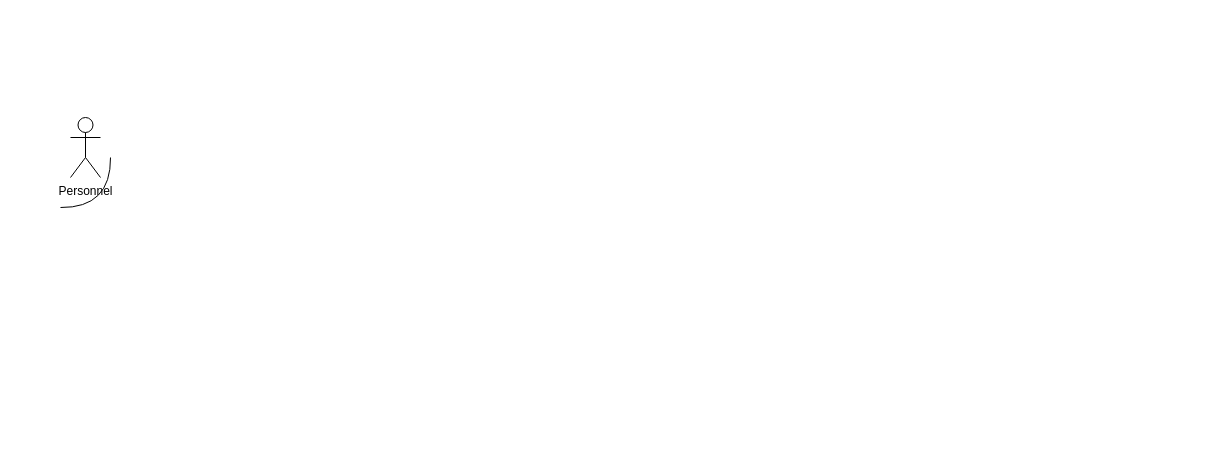
Earlier version of the draw.io diagram Communication/c1.drawio (IsmailSalehCode/UML-course-work). Source tidied: cells renumbered, new cells numbered last; positions are measured from the earlier drawing's top-left corner, leaving out a move shared by most shapes. Both pictures are drawn from the tidied source at 100%, with x=0, y=0 at pixel (60, 117).
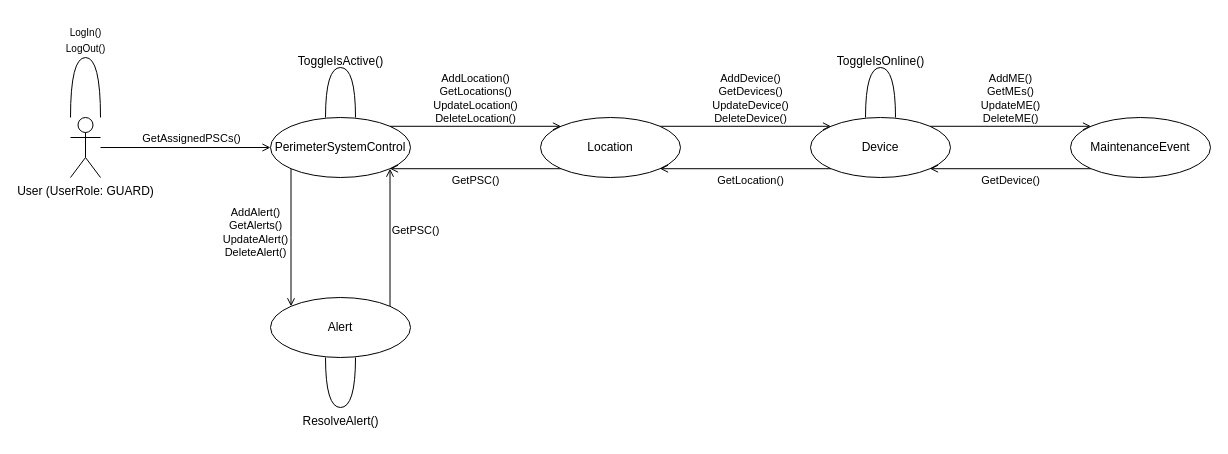
The same diagram, later.

Change to the diagram source:
```diff
@@
+    <mxCell id="4" style="edgeStyle=orthogonalEdgeStyle;rounded=0;jettySize=auto;html=1;entryX=0;entryY=0.5;entryDx=0;entryDy=0;endArrow=open;endFill=0;" parent="1" edge="1" source="2" target="10">
+      <mxGeometry relative="1" as="geometry" />
+    </mxCell>
+    <mxCell id="5" value="GetAssignedPSCs()" style="edgeLabel;html=1;align=center;verticalAlign=middle;" parent="4" vertex="1">
+      <mxGeometry x="0.06" relative="1" as="geometry">
+        <mxPoint y="-10" as="offset" />
+      </mxGeometry>
+    </mxCell>
-    <mxCell id="2" value="Personnel" style="shape=umlActor;verticalLabelPosition=bottom;verticalAlign=top;html=1;outlineConnect=0;" parent="1" vertex="1">
+    <mxCell id="2" value="User (UserRole: GUARD)" style="shape=umlActor;verticalLabelPosition=bottom;verticalAlign=top;html=1;outlineConnect=0;" parent="1" vertex="1">
       <mxGeometry x="10" width="30" height="60" as="geometry" />
     </mxCell>
-    <mxCell id="3" style="endArrow=none;html=1;rounded=0;edgeStyle=orthogonalEdgeStyle;curved=1;" parent="1" edge="1">
-      <mxGeometry relative="1" as="geometry">
-        <mxPoint y="90" as="sourcePoint" />
-        <mxPoint x="50" y="40" as="targetPoint" />
-      </mxGeometry>
-    </mxCell>
+    <mxCell id="6" style="endArrow=none;html=1;rounded=0;edgeStyle=orthogonalEdgeStyle;curved=1;" parent="1" edge="1">
+      <mxGeometry relative="1" as="geometry">
+        <mxPoint x="40" as="sourcePoint" />
+        <mxPoint x="10" as="targetPoint" />
+        <Array as="points">
+          <mxPoint x="40" y="-60" />
+          <mxPoint x="10" y="-60" />
+        </Array>
+      </mxGeometry>
+    </mxCell>
+    <mxCell id="7" value="LogIn()" style="text;html=1;align=center;verticalAlign=middle;strokeColor=none;fillColor=none;fontSize=10;" parent="1" vertex="1">
+      <mxGeometry x="-5" y="-100" width="60" height="30" as="geometry" />
+    </mxCell>
+    <mxCell id="8" value="LogOut()" style="text;html=1;align=center;verticalAlign=bottom;strokeColor=none;fillColor=none;fontSize=10;" parent="1" vertex="1">
+      <mxGeometry x="-5" y="-90" width="60" height="30" as="geometry" />
+    </mxCell>
+    <mxCell id="9" style="edgeStyle=orthogonalEdgeStyle;rounded=0;jettySize=auto;html=1;entryX=0;entryY=0;entryDx=0;entryDy=0;endArrow=open;endFill=0;exitX=0;exitY=1;exitDx=0;exitDy=0;" parent="1" edge="1" source="10" target="27">
+      <mxGeometry relative="1" as="geometry">
+        <Array as="points">
+          <mxPoint x="231" y="120" />
+          <mxPoint x="231" y="120" />
+        </Array>
+      </mxGeometry>
+    </mxCell>
+    <mxCell id="10" value="PerimeterSystemControl" style="ellipse;whiteSpace=wrap;html=1;" parent="1" vertex="1">
+      <mxGeometry x="210" width="140" height="60" as="geometry" />
+    </mxCell>
+    <mxCell id="11" style="edgeStyle=orthogonalEdgeStyle;rounded=0;jettySize=auto;html=1;exitX=1;exitY=0;exitDx=0;exitDy=0;endArrow=open;endFill=0;entryX=0;entryY=0;entryDx=0;entryDy=0;" parent="1" edge="1" source="13" target="16">
+      <mxGeometry relative="1" as="geometry" />
+    </mxCell>
+    <mxCell id="12" style="edgeStyle=orthogonalEdgeStyle;rounded=0;jettySize=auto;html=1;exitX=0;exitY=1;exitDx=0;exitDy=0;entryX=1;entryY=1;entryDx=0;entryDy=0;endArrow=open;endFill=0;" parent="1" edge="1" source="13" target="10">
+      <mxGeometry relative="1" as="geometry" />
+    </mxCell>
+    <mxCell id="13" value="Location" style="ellipse;whiteSpace=wrap;html=1;" parent="1" vertex="1">
+      <mxGeometry x="480" width="140" height="60" as="geometry" />
+    </mxCell>
+    <mxCell id="14" style="edgeStyle=orthogonalEdgeStyle;rounded=0;jettySize=auto;html=1;entryX=0;entryY=0;entryDx=0;entryDy=0;endArrow=open;endFill=0;exitX=1;exitY=0;exitDx=0;exitDy=0;" parent="1" edge="1" source="16" target="20">
+      <mxGeometry relative="1" as="geometry" />
+    </mxCell>
+    <mxCell id="15" style="edgeStyle=orthogonalEdgeStyle;rounded=0;jettySize=auto;html=1;exitX=0;exitY=1;exitDx=0;exitDy=0;entryX=1;entryY=1;entryDx=0;entryDy=0;endArrow=open;endFill=0;" parent="1" edge="1" source="16" target="13">
+      <mxGeometry relative="1" as="geometry" />
+    </mxCell>
+    <mxCell id="16" value="Device" style="ellipse;whiteSpace=wrap;html=1;" parent="1" vertex="1">
+      <mxGeometry x="750" width="140" height="60" as="geometry" />
+    </mxCell>
+    <mxCell id="17" value="AddDevice()&lt;div&gt;GetDevices()&lt;/div&gt;&lt;div&gt;UpdateDevice()&lt;/div&gt;&lt;div&gt;DeleteDevice()&lt;/div&gt;" style="text;html=1;align=center;verticalAlign=bottom;strokeColor=none;fillColor=none;fontSize=11;" parent="1" vertex="1">
+      <mxGeometry x="640" y="-60" width="100" height="70" as="geometry" />
+    </mxCell>
+    <mxCell id="18" value="AddLocation()&lt;div&gt;GetLocations()&lt;/div&gt;&lt;div&gt;UpdateLocation()&lt;/div&gt;&lt;div&gt;DeleteLocation()&lt;/div&gt;" style="text;html=1;align=center;verticalAlign=bottom;strokeColor=none;fillColor=none;fontSize=11;" parent="1" vertex="1">
+      <mxGeometry x="360" y="-60" width="110" height="70" as="geometry" />
+    </mxCell>
+    <mxCell id="19" style="edgeStyle=orthogonalEdgeStyle;rounded=0;jettySize=auto;html=1;exitX=0;exitY=1;exitDx=0;exitDy=0;entryX=1;entryY=1;entryDx=0;entryDy=0;endArrow=open;endFill=0;" parent="1" edge="1" source="20" target="16">
+      <mxGeometry relative="1" as="geometry" />
+    </mxCell>
+    <mxCell id="20" value="MaintenanceEvent" style="ellipse;whiteSpace=wrap;html=1;" parent="1" vertex="1">
+      <mxGeometry x="1010" width="140" height="60" as="geometry" />
+    </mxCell>
+    <mxCell id="21" value="AddME()&lt;div&gt;GetMEs()&lt;/div&gt;&lt;div&gt;UpdateME()&lt;/div&gt;&lt;div&gt;DeleteME()&lt;/div&gt;" style="text;html=1;align=center;verticalAlign=bottom;strokeColor=none;fillColor=none;fontSize=11;" parent="1" vertex="1">
+      <mxGeometry x="910" y="-60" width="80" height="70" as="geometry" />
+    </mxCell>
+    <mxCell id="22" style="endArrow=none;html=1;rounded=0;edgeStyle=orthogonalEdgeStyle;curved=1;" parent="1" edge="1">
+      <mxGeometry relative="1" as="geometry">
+        <mxPoint x="835" as="sourcePoint" />
+        <mxPoint x="805" as="targetPoint" />
+        <Array as="points">
+          <mxPoint x="835" y="-50" />
+          <mxPoint x="805" y="-50" />
+        </Array>
+      </mxGeometry>
+    </mxCell>
+    <mxCell id="23" value="ToggleIsOnline()" style="text;html=1;align=center;verticalAlign=top;strokeColor=none;fillColor=none;" parent="1" vertex="1">
+      <mxGeometry x="765" y="-70" width="110" height="30" as="geometry" />
+    </mxCell>
+    <mxCell id="24" style="endArrow=none;html=1;rounded=0;edgeStyle=orthogonalEdgeStyle;curved=1;" parent="1" edge="1">
+      <mxGeometry relative="1" as="geometry">
+        <mxPoint x="295" as="sourcePoint" />
+        <mxPoint x="265" as="targetPoint" />
+        <Array as="points">
+          <mxPoint x="295" y="-50" />
+          <mxPoint x="265" y="-50" />
+        </Array>
+      </mxGeometry>
+    </mxCell>
+    <mxCell id="25" value="ToggleIsActive()" style="text;html=1;align=center;verticalAlign=top;strokeColor=none;fillColor=none;" parent="1" vertex="1">
+      <mxGeometry x="225" y="-70" width="110" height="30" as="geometry" />
+    </mxCell>
+    <mxCell id="26" style="edgeStyle=orthogonalEdgeStyle;rounded=0;jettySize=auto;html=1;exitX=1;exitY=0;exitDx=0;exitDy=0;entryX=1;entryY=1;entryDx=0;entryDy=0;endArrow=open;endFill=0;" parent="1" edge="1" source="27" target="10">
+      <mxGeometry relative="1" as="geometry" />
+    </mxCell>
+    <mxCell id="27" value="Alert" style="ellipse;whiteSpace=wrap;html=1;" parent="1" vertex="1">
+      <mxGeometry x="210" y="180" width="140" height="60" as="geometry" />
+    </mxCell>
+    <mxCell id="28" value="AddAlert()&lt;div&gt;GetAlerts()&lt;/div&gt;&lt;div&gt;UpdateAlert()&lt;/div&gt;&lt;div&gt;DeleteAlert()&lt;/div&gt;" style="text;html=1;align=center;verticalAlign=middle;strokeColor=none;fillColor=none;fontSize=11;" parent="1" vertex="1">
+      <mxGeometry x="150" y="80" width="90" height="70" as="geometry" />
+    </mxCell>
+    <mxCell id="29" value="ResolveAlert()" style="text;html=1;align=center;verticalAlign=top;strokeColor=none;fillColor=none;" parent="1" vertex="1">
+      <mxGeometry x="230" y="290" width="100" height="30" as="geometry" />
+    </mxCell>
+    <mxCell id="30" style="edgeStyle=orthogonalEdgeStyle;rounded=0;jettySize=auto;html=1;entryX=0;entryY=0;entryDx=0;entryDy=0;endArrow=open;endFill=0;exitX=1;exitY=0;exitDx=0;exitDy=0;" parent="1" edge="1" source="10" target="13">
+      <mxGeometry relative="1" as="geometry" />
+    </mxCell>
+    <mxCell id="31" value="GetPSC()" style="text;html=1;align=center;verticalAlign=top;strokeColor=none;fillColor=none;fontSize=11;" parent="1" vertex="1">
+      <mxGeometry x="380" y="50" width="70" height="30" as="geometry" />
+    </mxCell>
+    <mxCell id="32" value="GetPSC()" style="text;html=1;align=center;verticalAlign=top;strokeColor=none;fillColor=none;fontSize=11;" parent="1" vertex="1">
+      <mxGeometry x="320" y="100" width="70" height="30" as="geometry" />
+    </mxCell>
+    <mxCell id="33" value="GetLocation()" style="text;html=1;align=center;verticalAlign=top;strokeColor=none;fillColor=none;fontSize=11;" parent="1" vertex="1">
+      <mxGeometry x="645" y="50" width="90" height="30" as="geometry" />
+    </mxCell>
+    <mxCell id="34" value="GetDevice()" style="text;html=1;align=center;verticalAlign=top;strokeColor=none;fillColor=none;fontSize=11;" parent="1" vertex="1">
+      <mxGeometry x="910" y="50" width="80" height="30" as="geometry" />
+    </mxCell>
+    <mxCell id="35" style="endArrow=none;html=1;rounded=0;edgeStyle=orthogonalEdgeStyle;curved=1;" parent="1" edge="1">
+      <mxGeometry relative="1" as="geometry">
+        <mxPoint x="295" y="240" as="sourcePoint" />
+        <mxPoint x="265" y="240" as="targetPoint" />
+        <Array as="points">
+          <mxPoint x="295" y="290" />
+          <mxPoint x="265" y="290" />
+        </Array>
+      </mxGeometry>
+    </mxCell>
```
